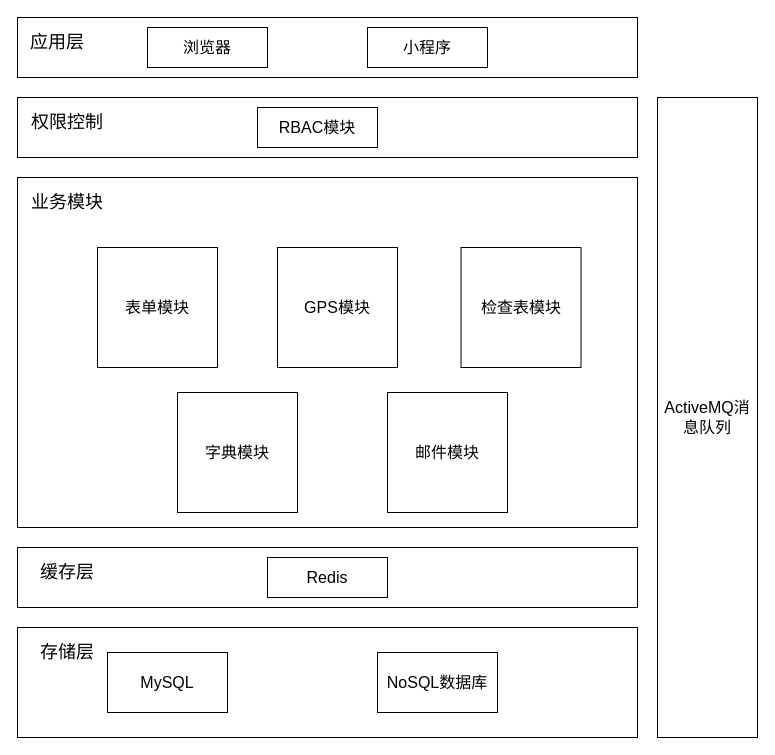
FrankKirin/PM_works keeps this draw.io diagram as 简言技术架构图.drawio. Above is the earlier version. Source tidied: cells renumbered, new cells numbered last; positions are measured from the earlier drawing's top-left corner, leaving out a move shared by most shapes. Both pictures are drawn from the tidied source at 100%, with x=0, y=0 at pixel (17, 17).
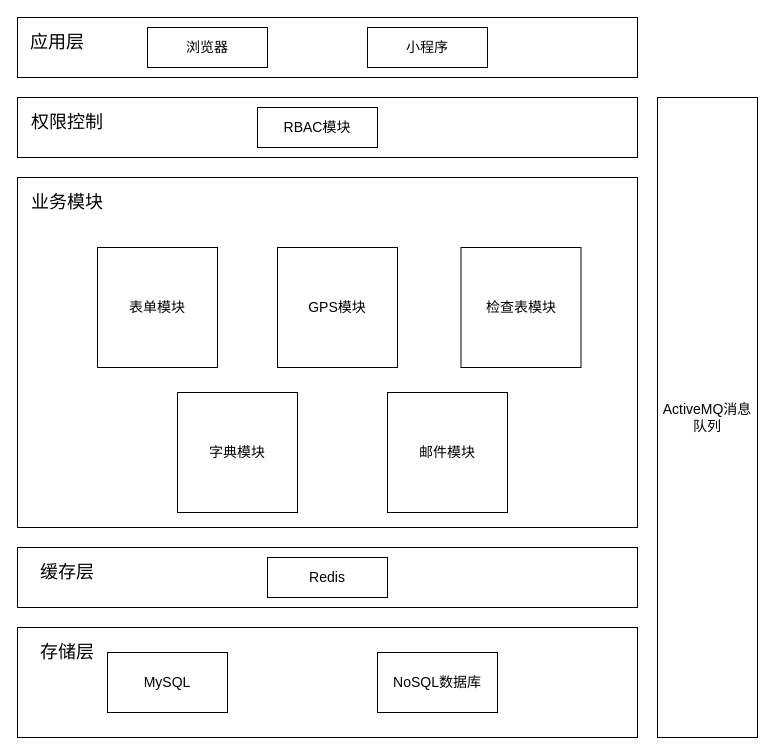
The same diagram, later.

Commit message (it also covers changes not shown here):
Update 简言技术架构图.drawio

The edit, as a diff of the source:
```diff
@@
-    <mxCell id="2" style="rounded=0;whiteSpace=wrap;html=1;fontSize=16;" parent="1" vertex="1">
+    <mxCell id="2" style="rounded=0;whiteSpace=wrap;html=1;fontSize=14;" parent="1" vertex="1">
       <mxGeometry width="620" height="60" as="geometry" />
     </mxCell>
-    <mxCell id="3" style="rounded=0;whiteSpace=wrap;html=1;fontSize=16;" parent="1" vertex="1">
+    <mxCell id="3" style="rounded=0;whiteSpace=wrap;html=1;fontSize=14;" parent="1" vertex="1">
       <mxGeometry y="160" width="620" height="350" as="geometry" />
     </mxCell>
-    <mxCell id="4" value="GPS模块" style="whiteSpace=wrap;html=1;fontSize=16;" parent="1" vertex="1">
+    <mxCell id="4" value="GPS模块" style="whiteSpace=wrap;html=1;fontSize=14;" parent="1" vertex="1">
       <mxGeometry x="260" y="230" width="120" height="120" as="geometry" />
     </mxCell>
-    <mxCell id="5" value="检查表模块" style="whiteSpace=wrap;html=1;fontSize=16;" parent="1" vertex="1">
+    <mxCell id="5" value="检查表模块" style="whiteSpace=wrap;html=1;fontSize=14;" parent="1" vertex="1">
       <mxGeometry x="443.5" y="230" width="120" height="120" as="geometry" />
     </mxCell>
-    <mxCell id="6" value="表单模块" style="whiteSpace=wrap;html=1;gradientColor=none;fontSize=16;" parent="1" vertex="1">
+    <mxCell id="6" value="表单模块" style="whiteSpace=wrap;html=1;gradientColor=none;fontSize=14;" parent="1" vertex="1">
       <mxGeometry x="80" y="230" width="120" height="120" as="geometry" />
     </mxCell>
-    <mxCell id="7" value="字典模块" style="whiteSpace=wrap;html=1;fontSize=16;" parent="1" vertex="1">
+    <mxCell id="7" value="字典模块" style="whiteSpace=wrap;html=1;fontSize=14;" parent="1" vertex="1">
       <mxGeometry x="160" y="375" width="120" height="120" as="geometry" />
     </mxCell>
-    <mxCell id="8" value="邮件模块" style="whiteSpace=wrap;html=1;fontSize=16;" parent="1" vertex="1">
+    <mxCell id="8" value="邮件模块" style="whiteSpace=wrap;html=1;fontSize=14;" parent="1" vertex="1">
       <mxGeometry x="370" y="375" width="120" height="120" as="geometry" />
     </mxCell>
-    <mxCell id="9" style="rounded=0;whiteSpace=wrap;html=1;fontSize=16;" parent="1" vertex="1">
+    <mxCell id="9" style="rounded=0;whiteSpace=wrap;html=1;fontSize=14;" parent="1" vertex="1">
       <mxGeometry y="80" width="620" height="60" as="geometry" />
     </mxCell>
-    <mxCell id="10" value="浏览器" style="rounded=0;whiteSpace=wrap;html=1;fontSize=16;" parent="1" vertex="1">
+    <mxCell id="10" value="浏览器" style="rounded=0;whiteSpace=wrap;html=1;fontSize=14;" parent="1" vertex="1">
       <mxGeometry x="130" y="10" width="120" height="40" as="geometry" />
     </mxCell>
-    <mxCell id="11" style="rounded=0;whiteSpace=wrap;html=1;fontSize=16;" parent="1" vertex="1">
+    <mxCell id="11" style="rounded=0;whiteSpace=wrap;html=1;fontSize=14;" parent="1" vertex="1">
       <mxGeometry y="610" width="620" height="110" as="geometry" />
     </mxCell>
-    <mxCell id="12" value="MySQL" style="rounded=0;whiteSpace=wrap;html=1;fontSize=16;" parent="1" vertex="1">
+    <mxCell id="12" value="MySQL" style="rounded=0;whiteSpace=wrap;html=1;fontSize=14;" parent="1" vertex="1">
       <mxGeometry x="90" y="635" width="120" height="60" as="geometry" />
     </mxCell>
-    <mxCell id="13" value="NoSQL数据库" style="rounded=0;whiteSpace=wrap;html=1;fontSize=16;" parent="1" vertex="1">
+    <mxCell id="13" value="NoSQL数据库" style="rounded=0;whiteSpace=wrap;html=1;fontSize=14;" parent="1" vertex="1">
       <mxGeometry x="360" y="635" width="120" height="60" as="geometry" />
     </mxCell>
@@
-    <mxCell id="16" style="rounded=0;whiteSpace=wrap;html=1;fontSize=16;" parent="1" vertex="1">
+    <mxCell id="16" style="rounded=0;whiteSpace=wrap;html=1;fontSize=14;" parent="1" vertex="1">
       <mxGeometry y="530" width="620" height="60" as="geometry" />
     </mxCell>
-    <mxCell id="17" value="Redis" style="rounded=0;whiteSpace=wrap;html=1;fontSize=16;" parent="1" vertex="1">
+    <mxCell id="17" value="Redis" style="rounded=0;whiteSpace=wrap;html=1;fontSize=14;" parent="1" vertex="1">
       <mxGeometry x="250" y="540" width="120" height="40" as="geometry" />
     </mxCell>
@@
-    <mxCell id="20" value="ActiveMQ消息队列" style="rounded=0;whiteSpace=wrap;html=1;fontSize=16;gradientColor=none;" parent="1" vertex="1">
+    <mxCell id="20" value="ActiveMQ消息队列" style="rounded=0;whiteSpace=wrap;html=1;fontSize=14;gradientColor=none;" parent="1" vertex="1">
       <mxGeometry x="640" y="80" width="100" height="640" as="geometry" />
     </mxCell>
-    <mxCell id="21" value="小程序" style="rounded=0;whiteSpace=wrap;html=1;fontSize=16;" parent="1" vertex="1">
+    <mxCell id="21" value="小程序" style="rounded=0;whiteSpace=wrap;html=1;fontSize=14;" parent="1" vertex="1">
       <mxGeometry x="350" y="10" width="120" height="40" as="geometry" />
     </mxCell>
@@
-    <mxCell id="23" value="RBAC模块" style="rounded=0;whiteSpace=wrap;html=1;fontSize=16;" parent="1" vertex="1">
+    <mxCell id="23" value="RBAC模块" style="rounded=0;whiteSpace=wrap;html=1;fontSize=14;" parent="1" vertex="1">
       <mxGeometry x="240" y="90" width="120" height="40" as="geometry" />
     </mxCell>
```
